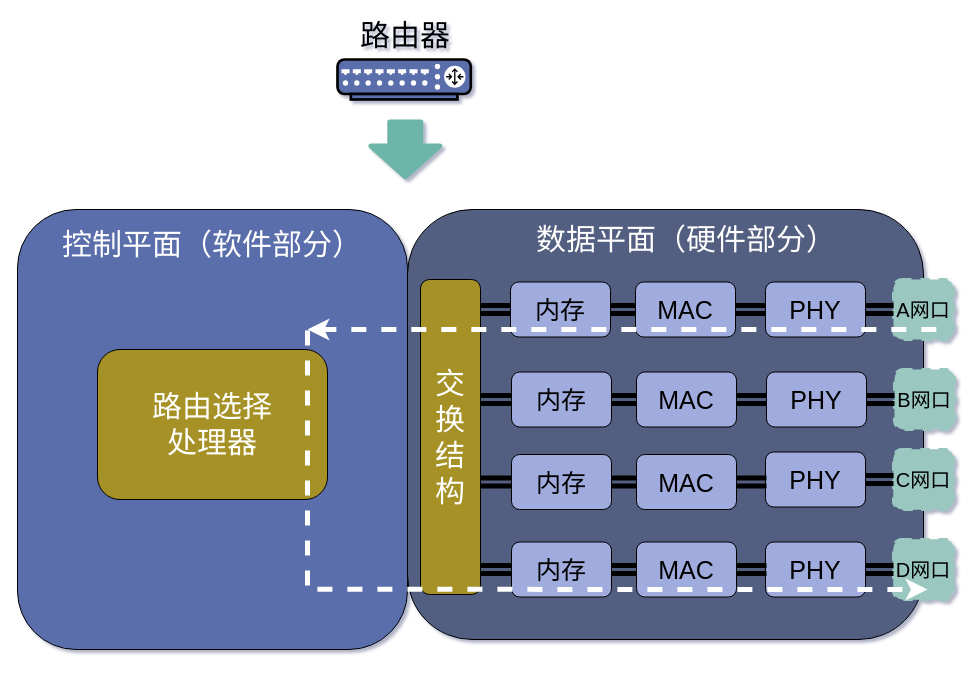
Earlier version of the draw.io diagram network/路由器内部结构.drawio (xiaobaiTech/image). Source tidied: cells renumbered, new cells numbered last; positions are measured from the earlier drawing's top-left corner, leaving out a move shared by most shapes. Both pictures are drawn from the tidied source at 100%, with x=0, y=0 at pixel (17, 19).
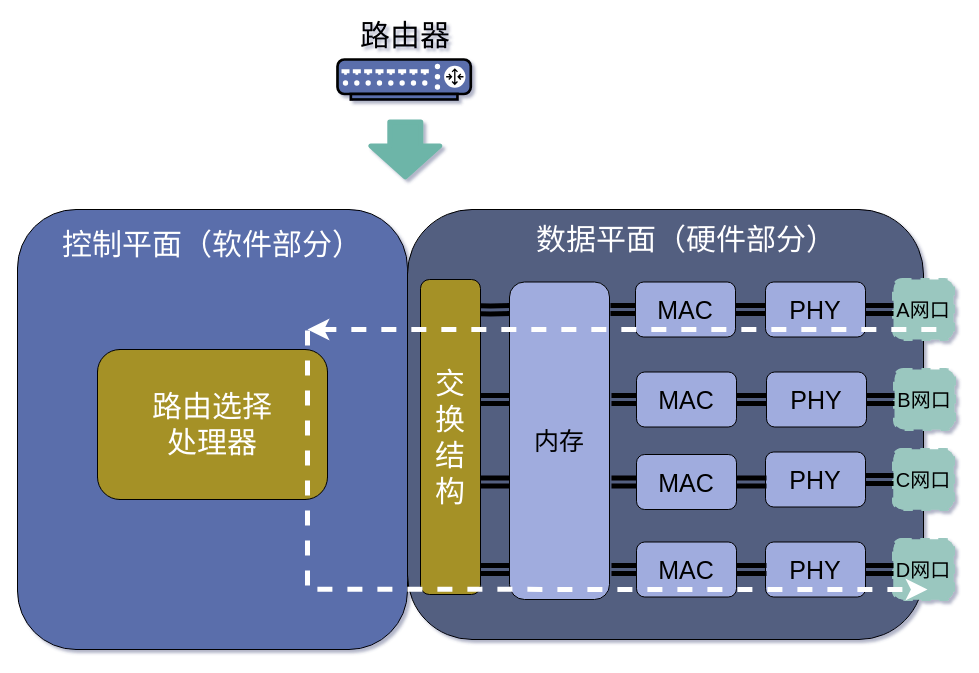
After the change.

Commit message:
更新路由器内部结构.drawio

The change refers to these unchanged cells:
```xml
<mxCell id="8" value="&lt;font style=&quot;font-size: 25px&quot;&gt;MAC&lt;/font&gt;" style="rounded=1;whiteSpace=wrap;html=1;fillColor=#A0ACDE;" parent="1" vertex="1">
  <mxGeometry x="618" y="262.5" width="100" height="55" as="geometry" />
</mxCell>
<mxCell id="13" value="&lt;span style=&quot;font-size: 30px&quot;&gt;&lt;font color=&quot;#ffffff&quot;&gt;交换结构&lt;/font&gt;&lt;/span&gt;" style="rounded=1;whiteSpace=wrap;html=1;fillColor=#A59126;" parent="1" vertex="1">
  <mxGeometry x="403" y="260" width="60" height="315" as="geometry" />
</mxCell>
<mxCell id="32" value="&lt;font style=&quot;font-size: 25px&quot;&gt;MAC&lt;/font&gt;" style="rounded=1;whiteSpace=wrap;html=1;fillColor=#A0ACDE;" parent="1" vertex="1">
  <mxGeometry x="619" y="352.5" width="100" height="55" as="geometry" />
</mxCell>
<mxCell id="37" value="&lt;font style=&quot;font-size: 25px&quot;&gt;MAC&lt;/font&gt;" style="rounded=1;whiteSpace=wrap;html=1;fillColor=#A0ACDE;" parent="1" vertex="1">
  <mxGeometry x="619" y="435" width="100" height="55" as="geometry" />
</mxCell>
<mxCell id="42" value="&lt;font style=&quot;font-size: 25px&quot;&gt;MAC&lt;/font&gt;" style="rounded=1;whiteSpace=wrap;html=1;fillColor=#A0ACDE;" parent="1" vertex="1">
  <mxGeometry x="619" y="522.5" width="100" height="55" as="geometry" />
</mxCell>
```

Diff of the diagram source:
```diff
@@
-    <mxCell id="5" style="edgeStyle=orthogonalEdgeStyle;rounded=0;jettySize=auto;html=1;exitX=0;exitY=0.5;exitDx=0;exitDy=0;entryX=0.833;entryY=0.095;entryDx=0;entryDy=0;entryPerimeter=0;endArrow=none;endFill=0;strokeWidth=5;shape=link;" parent="1" edge="1" source="6" target="13">
-      <mxGeometry relative="1" as="geometry" />
+    <mxCell id="5" style="edgeStyle=orthogonalEdgeStyle;rounded=0;jettySize=auto;html=1;exitX=0;exitY=0.5;exitDx=0;exitDy=0;entryX=0.833;entryY=0.095;entryDx=0;entryDy=0;entryPerimeter=0;endArrow=none;endFill=0;strokeWidth=5;shape=link;" parent="1" edge="1" target="13">
+      <mxGeometry relative="1" as="geometry">
+        <mxPoint x="493" y="290" as="sourcePoint" />
+      </mxGeometry>
     </mxCell>
-    <mxCell id="6" value="&lt;font style=&quot;font-size: 25px&quot;&gt;内存&lt;/font&gt;" style="rounded=1;whiteSpace=wrap;html=1;fillColor=#A0ACDE;" parent="1" vertex="1">
-      <mxGeometry x="493" y="262.5" width="100" height="55" as="geometry" />
-    </mxCell>
-    <mxCell id="7" style="edgeStyle=orthogonalEdgeStyle;rounded=0;jettySize=auto;html=1;exitX=0;exitY=0.5;exitDx=0;exitDy=0;endArrow=none;endFill=0;shape=link;strokeWidth=5;" parent="1" edge="1" source="8" target="6">
-      <mxGeometry relative="1" as="geometry" />
+    <mxCell id="7" style="edgeStyle=orthogonalEdgeStyle;rounded=0;jettySize=auto;html=1;exitX=0;exitY=0.5;exitDx=0;exitDy=0;endArrow=none;endFill=0;shape=link;strokeWidth=5;" parent="1" edge="1" source="8">
+      <mxGeometry relative="1" as="geometry">
+        <mxPoint x="593" y="290" as="targetPoint" />
+      </mxGeometry>
     </mxCell>
@@
-    <mxCell id="27" style="endArrow=none;dashed=1;html=1;strokeWidth=5;fillColor=#6DB5A8;startArrow=classic;startFill=1;strokeColor=#FFFFFF;" parent="1" edge="1">
-      <mxGeometry relative="1" as="geometry">
-        <mxPoint x="290" y="310" as="sourcePoint" />
-        <mxPoint x="926" y="310" as="targetPoint" />
-      </mxGeometry>
-    </mxCell>
@@
-    <mxCell id="29" style="edgeStyle=orthogonalEdgeStyle;shape=link;rounded=0;jettySize=auto;html=1;exitX=0;exitY=0.5;exitDx=0;exitDy=0;entryX=1;entryY=0.378;entryDx=0;entryDy=0;entryPerimeter=0;startArrow=classic;startFill=1;endArrow=none;endFill=0;strokeWidth=5;" parent="1" edge="1" source="30" target="13">
-      <mxGeometry relative="1" as="geometry" />
+    <mxCell id="29" style="edgeStyle=orthogonalEdgeStyle;shape=link;rounded=0;jettySize=auto;html=1;exitX=0;exitY=0.5;exitDx=0;exitDy=0;entryX=1;entryY=0.378;entryDx=0;entryDy=0;entryPerimeter=0;startArrow=classic;startFill=1;endArrow=none;endFill=0;strokeWidth=5;" parent="1" edge="1" target="13">
+      <mxGeometry relative="1" as="geometry">
+        <mxPoint x="494" y="380" as="sourcePoint" />
+      </mxGeometry>
     </mxCell>
-    <mxCell id="30" value="&lt;font style=&quot;font-size: 25px&quot;&gt;内存&lt;/font&gt;" style="rounded=1;whiteSpace=wrap;html=1;fillColor=#A0ACDE;" parent="1" vertex="1">
-      <mxGeometry x="494" y="352.5" width="100" height="55" as="geometry" />
-    </mxCell>
-    <mxCell id="31" style="edgeStyle=orthogonalEdgeStyle;rounded=0;jettySize=auto;html=1;exitX=0;exitY=0.5;exitDx=0;exitDy=0;endArrow=none;endFill=0;shape=link;strokeWidth=5;" parent="1" edge="1" source="32" target="30">
-      <mxGeometry relative="1" as="geometry" />
+    <mxCell id="31" style="edgeStyle=orthogonalEdgeStyle;rounded=0;jettySize=auto;html=1;exitX=0;exitY=0.5;exitDx=0;exitDy=0;endArrow=none;endFill=0;shape=link;strokeWidth=5;" parent="1" edge="1" source="32">
+      <mxGeometry relative="1" as="geometry">
+        <mxPoint x="594" y="380" as="targetPoint" />
+      </mxGeometry>
     </mxCell>
@@
-    <mxCell id="34" style="edgeStyle=orthogonalEdgeStyle;shape=link;rounded=0;jettySize=auto;html=1;exitX=0;exitY=0.5;exitDx=0;exitDy=0;entryX=1;entryY=0.378;entryDx=0;entryDy=0;entryPerimeter=0;startArrow=classic;startFill=1;endArrow=none;endFill=0;strokeWidth=5;" parent="1" edge="1" source="35">
+    <mxCell id="34" style="edgeStyle=orthogonalEdgeStyle;shape=link;rounded=0;orthogonalLoop=1;jettySize=auto;html=1;exitX=0;exitY=0.5;exitDx=0;exitDy=0;entryX=1;entryY=0.378;entryDx=0;entryDy=0;entryPerimeter=0;startArrow=classic;startFill=1;endArrow=none;endFill=0;strokeWidth=5;" parent="1" edge="1">
       <mxGeometry relative="1" as="geometry">
+        <mxPoint x="494" y="462.5" as="sourcePoint" />
         <mxPoint x="463" y="461.6" as="targetPoint" />
       </mxGeometry>
     </mxCell>
-    <mxCell id="35" value="&lt;font style=&quot;font-size: 25px&quot;&gt;内存&lt;/font&gt;" style="rounded=1;whiteSpace=wrap;html=1;fillColor=#A0ACDE;" parent="1" vertex="1">
-      <mxGeometry x="494" y="435" width="100" height="55" as="geometry" />
-    </mxCell>
-    <mxCell id="36" style="edgeStyle=orthogonalEdgeStyle;rounded=0;jettySize=auto;html=1;exitX=0;exitY=0.5;exitDx=0;exitDy=0;endArrow=none;endFill=0;shape=link;strokeWidth=5;" parent="1" edge="1" source="37" target="35">
-      <mxGeometry relative="1" as="geometry" />
+    <mxCell id="36" style="edgeStyle=orthogonalEdgeStyle;rounded=0;jettySize=auto;html=1;exitX=0;exitY=0.5;exitDx=0;exitDy=0;endArrow=none;endFill=0;shape=link;strokeWidth=5;" parent="1" edge="1" source="37">
+      <mxGeometry relative="1" as="geometry">
+        <mxPoint x="594" y="462.5" as="targetPoint" />
+      </mxGeometry>
     </mxCell>
@@
-    <mxCell id="39" style="edgeStyle=orthogonalEdgeStyle;shape=link;rounded=0;jettySize=auto;html=1;exitX=0;exitY=0.5;exitDx=0;exitDy=0;entryX=1;entryY=0.378;entryDx=0;entryDy=0;entryPerimeter=0;startArrow=classic;startFill=1;endArrow=none;endFill=0;strokeWidth=5;" parent="1" edge="1" source="40">
+    <mxCell id="39" style="edgeStyle=orthogonalEdgeStyle;shape=link;rounded=0;orthogonalLoop=1;jettySize=auto;html=1;exitX=0;exitY=0.5;exitDx=0;exitDy=0;entryX=1;entryY=0.378;entryDx=0;entryDy=0;entryPerimeter=0;startArrow=classic;startFill=1;endArrow=none;endFill=0;strokeWidth=5;" parent="1" edge="1">
       <mxGeometry relative="1" as="geometry">
+        <mxPoint x="494" y="550" as="sourcePoint" />
         <mxPoint x="463" y="549.1" as="targetPoint" />
       </mxGeometry>
     </mxCell>
-    <mxCell id="40" value="&lt;font style=&quot;font-size: 25px&quot;&gt;内存&lt;/font&gt;" style="rounded=1;whiteSpace=wrap;html=1;fillColor=#A0ACDE;" parent="1" vertex="1">
-      <mxGeometry x="494" y="522.5" width="100" height="55" as="geometry" />
-    </mxCell>
-    <mxCell id="41" style="edgeStyle=orthogonalEdgeStyle;rounded=0;jettySize=auto;html=1;exitX=0;exitY=0.5;exitDx=0;exitDy=0;endArrow=none;endFill=0;shape=link;strokeWidth=5;" parent="1" edge="1" source="42" target="40">
-      <mxGeometry relative="1" as="geometry" />
+    <mxCell id="41" style="edgeStyle=orthogonalEdgeStyle;rounded=0;jettySize=auto;html=1;exitX=0;exitY=0.5;exitDx=0;exitDy=0;endArrow=none;endFill=0;shape=link;strokeWidth=5;" parent="1" edge="1" source="42">
+      <mxGeometry relative="1" as="geometry">
+        <mxPoint x="594" y="550" as="targetPoint" />
+      </mxGeometry>
     </mxCell>
@@
-    <mxCell id="44" style="endArrow=classic;dashed=1;html=1;strokeWidth=5;fillColor=#6DB5A8;startArrow=none;startFill=0;endFill=1;exitX=0.769;exitY=0.886;exitDx=0;exitDy=0;exitPerimeter=0;strokeColor=#FFFFFF;" parent="1" edge="1">
-      <mxGeometry relative="1" as="geometry">
-        <mxPoint x="299.9" y="569.8" as="sourcePoint" />
-        <mxPoint x="910" y="570" as="targetPoint" />
-      </mxGeometry>
-    </mxCell>
@@
+    <mxCell id="48" value="&lt;font style=&quot;font-size: 25px&quot;&gt;内存&lt;/font&gt;" style="rounded=1;whiteSpace=wrap;html=1;fillColor=#A0ACDE;" parent="1" vertex="1">
+      <mxGeometry x="492" y="262.5" width="100" height="317.5" as="geometry" />
+    </mxCell>
+    <mxCell id="44" style="endArrow=classic;dashed=1;html=1;strokeWidth=5;fillColor=#6DB5A8;startArrow=none;startFill=0;endFill=1;exitX=0.769;exitY=0.886;exitDx=0;exitDy=0;exitPerimeter=0;strokeColor=#FFFFFF;" parent="1" edge="1">
+      <mxGeometry relative="1" as="geometry">
+        <mxPoint x="299.9" y="569.8" as="sourcePoint" />
+        <mxPoint x="910" y="570" as="targetPoint" />
+      </mxGeometry>
+    </mxCell>
+    <mxCell id="27" style="endArrow=none;dashed=1;html=1;strokeWidth=5;fillColor=#6DB5A8;startArrow=classic;startFill=1;strokeColor=#FFFFFF;" parent="1" edge="1">
+      <mxGeometry relative="1" as="geometry">
+        <mxPoint x="290" y="310" as="sourcePoint" />
+        <mxPoint x="926" y="310" as="targetPoint" />
+      </mxGeometry>
+    </mxCell>
```
